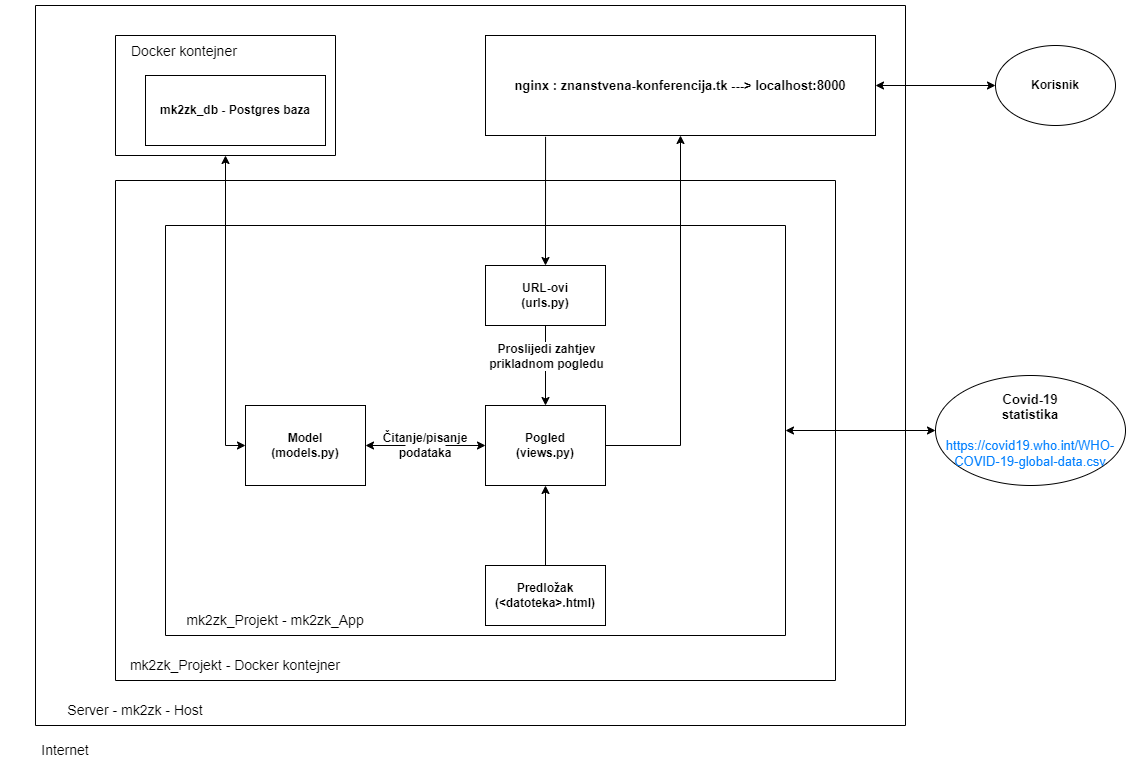
Above: Dokumentacija/dijagrami/django_mvt.png in marincapan/znanstvena-konferencija (draw.io), before the change. Source tidied: cells renumbered, new cells last; positions are measured from the earlier drawing's top-left corner, leaving out a move shared by most shapes.
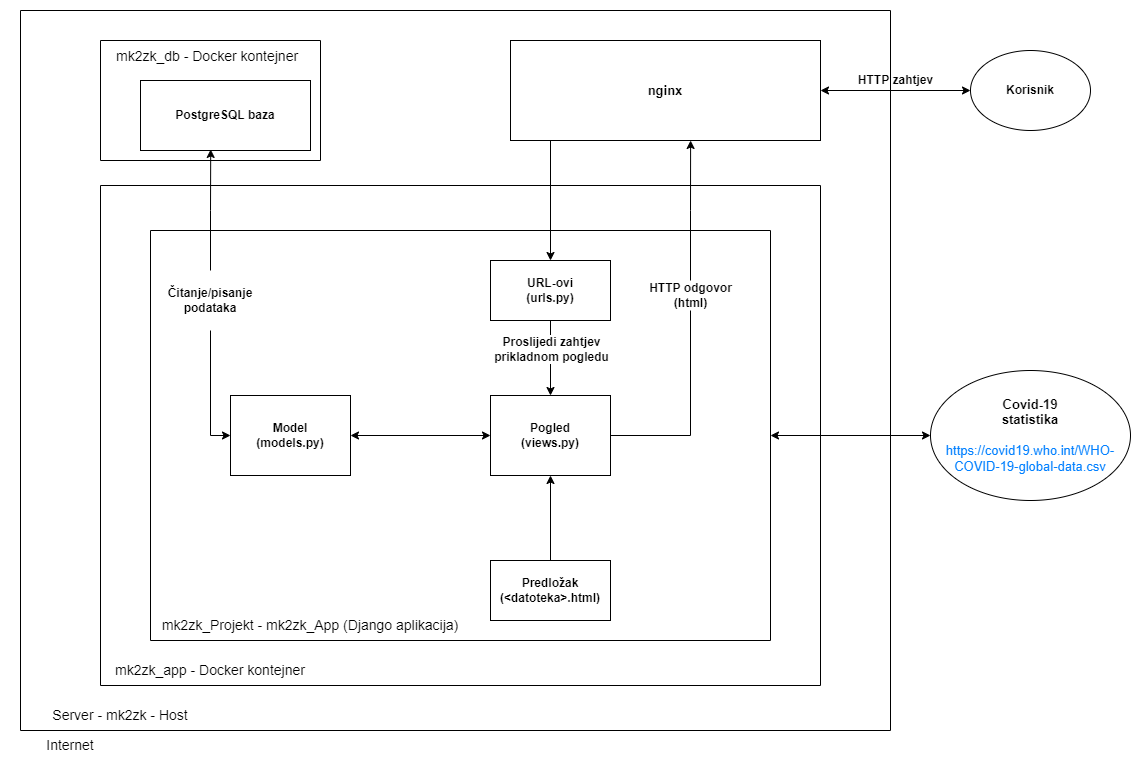
After the change.

Commit message:
Dijagram arhitekture finalno????

Diff of the diagram source:
```diff
@@ -2,9 +2,6 @@
   <root>
     <mxCell id="0" />
     <mxCell id="1" parent="0" />
-    <mxCell id="2" value="Pogled&lt;br&gt;(views.py)" style="rounded=0;whiteSpace=wrap;html=1;fontStyle=1;" parent="1" vertex="1">
-      <mxGeometry x="480" y="400" width="120" height="80" as="geometry" />
-    </mxCell>
     <mxCell id="3" value="URL-ovi&lt;br&gt;(urls.py)" style="rounded=0;whiteSpace=wrap;html=1;fontStyle=1;" parent="1" vertex="1">
       <mxGeometry x="480" y="260" width="120" height="60" as="geometry" />
     </mxCell>
@@ -12,13 +9,8 @@
       <mxGeometry x="480" y="560" width="120" height="60" as="geometry" />
     </mxCell>
     <mxCell id="5" value="Korisnik" style="ellipse;whiteSpace=wrap;html=1;fontStyle=1;" parent="1" vertex="1">
-      <mxGeometry x="990" y="40" width="120" height="80" as="geometry" />
+      <mxGeometry x="960" y="50" width="120" height="80" as="geometry" />
     </mxCell>
-    <mxCell id="6" style="endArrow=classic;html=1;rounded=0;entryX=1;entryY=0.5;entryDx=0;entryDy=0;" parent="1" edge="1" target="18">
-      <mxGeometry relative="1" as="geometry">
-        <mxPoint x="400" y="440" as="sourcePoint" />
-      </mxGeometry>
-    </mxCell>
     <mxCell id="7" style="endArrow=classic;html=1;rounded=0;exitX=0.5;exitY=1;exitDx=0;exitDy=0;entryX=0.5;entryY=0;entryDx=0;entryDy=0;" parent="1" edge="1" source="3" target="2">
       <mxGeometry relative="1" as="geometry">
         <Array as="points">
@@ -34,57 +26,63 @@
     <mxCell id="9" style="endArrow=classic;html=1;rounded=0;exitX=0.5;exitY=0;exitDx=0;exitDy=0;entryX=0.5;entryY=1;entryDx=0;entryDy=0;" parent="1" edge="1" source="4" target="2">
       <mxGeometry relative="1" as="geometry" />
     </mxCell>
-    <mxCell id="10" style="endArrow=classic;html=1;rounded=0;exitX=1;exitY=0.5;exitDx=0;exitDy=0;entryX=0.5;entryY=1;entryDx=0;entryDy=0;" parent="1" edge="1" source="2" target="20">
-      <mxGeometry relative="1" as="geometry">
-        <Array as="points">
-          <mxPoint x="675" y="440" />
-        </Array>
-      </mxGeometry>
-    </mxCell>
     <mxCell id="11" style="swimlane;startSize=0;" parent="1" vertex="1">
-      <mxGeometry x="30" width="870" height="720" as="geometry" />
+      <mxGeometry x="10" y="10" width="870" height="720" as="geometry" />
     </mxCell>
-    <mxCell id="12" value="Čitanje/pisanje&lt;br&gt;podataka" style="text;html=1;strokeColor=none;fillColor=none;align=center;verticalAlign=middle;whiteSpace=wrap;rounded=0;fontStyle=1;" parent="11" vertex="1">
-      <mxGeometry x="320" y="410" width="140" height="60" as="geometry" />
-    </mxCell>
     <mxCell id="13" style="swimlane;startSize=0;" parent="11" vertex="1">
       <mxGeometry x="130" y="220" width="620" height="410" as="geometry" />
     </mxCell>
-    <mxCell id="14" style="endArrow=classic;html=1;rounded=0;entryX=0;entryY=0.5;entryDx=0;entryDy=0;" parent="13" edge="1" target="2">
-      <mxGeometry relative="1" as="geometry">
-        <mxPoint x="280" y="220" as="sourcePoint" />
-      </mxGeometry>
-    </mxCell>
     <mxCell id="15" style="swimlane;startSize=0;" parent="11" vertex="1">
       <mxGeometry x="80" y="175" width="720" height="500" as="geometry" />
     </mxCell>
-    <mxCell id="16" value="mk2zk_Projekt - Docker kontejner" style="text;html=1;strokeColor=none;fillColor=none;align=center;verticalAlign=middle;whiteSpace=wrap;rounded=0;fontSize=14;fontColor=#000000;" parent="15" vertex="1">
-      <mxGeometry x="10" y="470" width="220" height="30" as="geometry" />
+    <mxCell id="16" value="mk2zk_app - Docker kontejner" style="text;html=1;strokeColor=none;fillColor=none;align=center;verticalAlign=middle;whiteSpace=wrap;rounded=0;fontSize=14;fontColor=#000000;" parent="15" vertex="1">
+      <mxGeometry y="470" width="220" height="30" as="geometry" />
     </mxCell>
-    <mxCell id="17" value="mk2zk_Projekt - mk2zk_App" style="text;html=1;strokeColor=none;fillColor=none;align=center;verticalAlign=middle;whiteSpace=wrap;rounded=0;fontSize=14;fontColor=#000000;" parent="15" vertex="1">
-      <mxGeometry x="50" y="425" width="220" height="30" as="geometry" />
+    <mxCell id="17" value="mk2zk_Projekt - mk2zk_App (Django aplikacija)" style="text;html=1;strokeColor=none;fillColor=none;align=center;verticalAlign=middle;whiteSpace=wrap;rounded=0;fontSize=14;fontColor=#000000;" parent="15" vertex="1">
+      <mxGeometry x="50" y="425" width="320" height="30" as="geometry" />
     </mxCell>
+    <mxCell id="30" style="edgeStyle=orthogonalEdgeStyle;rounded=0;jettySize=auto;html=1;entryX=0.5;entryY=1;entryDx=0;entryDy=0;endArrow=none;endFill=0;exitX=0;exitY=0.5;exitDx=0;exitDy=0;startArrow=classic;startFill=1;" parent="15" edge="1" source="18" target="12">
+      <mxGeometry relative="1" as="geometry" />
+    </mxCell>
+    <mxCell id="31" style="edgeStyle=orthogonalEdgeStyle;rounded=0;jettySize=auto;html=1;entryX=0;entryY=0.5;entryDx=0;entryDy=0;startArrow=classic;startFill=1;endArrow=classic;endFill=1;" parent="15" edge="1" source="18" target="2">
+      <mxGeometry relative="1" as="geometry" />
+    </mxCell>
     <mxCell id="18" value="Model&lt;br&gt;(models.py)" style="rounded=0;whiteSpace=wrap;html=1;fontStyle=1;" parent="15" vertex="1">
-      <mxGeometry x="130" y="225" width="120" height="80" as="geometry" />
+      <mxGeometry x="130" y="210" width="120" height="80" as="geometry" />
     </mxCell>
+    <mxCell id="12" value="Čitanje/pisanje&lt;br&gt;podataka" style="text;html=1;strokeColor=none;fillColor=none;align=center;verticalAlign=middle;whiteSpace=wrap;rounded=0;fontStyle=1;" parent="15" vertex="1">
+      <mxGeometry x="40" y="85" width="140" height="60" as="geometry" />
+    </mxCell>
+    <mxCell id="32" style="edgeStyle=orthogonalEdgeStyle;rounded=0;jettySize=auto;html=1;endArrow=none;endFill=0;" parent="15" edge="1" source="2" target="33">
+      <mxGeometry relative="1" as="geometry" />
+    </mxCell>
+    <mxCell id="2" value="Pogled&lt;br&gt;(views.py)" style="rounded=0;whiteSpace=wrap;html=1;fontStyle=1;" parent="15" vertex="1">
+      <mxGeometry x="390" y="210" width="120" height="80" as="geometry" />
+    </mxCell>
+    <mxCell id="33" value="HTTP odgovor&lt;br&gt;(html)" style="text;html=1;align=center;verticalAlign=middle;points=[];strokeColor=none;fillColor=none;fontStyle=1;" parent="15" vertex="1">
+      <mxGeometry x="540" y="95" width="100" height="30" as="geometry" />
+    </mxCell>
     <mxCell id="19" value="Server - mk2zk - Host" style="text;html=1;strokeColor=none;fillColor=none;align=center;verticalAlign=middle;whiteSpace=wrap;rounded=0;fontSize=14;fontColor=#000000;" parent="11" vertex="1">
       <mxGeometry x="-10" y="690" width="220" height="30" as="geometry" />
     </mxCell>
-    <mxCell id="20" value="&lt;span style=&quot;font-weight: 700&quot;&gt;nginx :&amp;nbsp;&lt;/span&gt;&lt;span style=&quot;font-weight: 700 ; text-align: left&quot;&gt;znanstvena-konferencija.tk&lt;/span&gt;&lt;span style=&quot;font-weight: 700&quot;&gt;&amp;nbsp;---&amp;gt; localhost:8000&lt;/span&gt;" style="rounded=0;whiteSpace=wrap;html=1;labelBackgroundColor=none;fontFamily=Helvetica;fontSize=13;fontColor=#000000;" parent="11" vertex="1">
-      <mxGeometry x="450" y="30" width="390" height="100" as="geometry" />
+    <mxCell id="20" value="&lt;span style=&quot;font-weight: 700&quot;&gt;nginx&lt;/span&gt;" style="rounded=0;whiteSpace=wrap;html=1;labelBackgroundColor=none;fontFamily=Helvetica;fontSize=13;fontColor=#000000;" parent="11" vertex="1">
+      <mxGeometry x="490" y="30" width="310" height="100" as="geometry" />
     </mxCell>
     <mxCell id="21" style="swimlane;startSize=0;" parent="11" vertex="1">
       <mxGeometry x="80" y="30" width="220" height="120" as="geometry" />
     </mxCell>
-    <mxCell id="22" value="mk2zk_db - Postgres baza" style="rounded=0;whiteSpace=wrap;html=1;fontStyle=1;" parent="21" vertex="1">
-      <mxGeometry x="30" y="40" width="180" height="70" as="geometry" />
+    <mxCell id="22" value="PostgreSQL baza" style="rounded=0;whiteSpace=wrap;html=1;fontStyle=1;" parent="21" vertex="1">
+      <mxGeometry x="40" y="40" width="170" height="70" as="geometry" />
     </mxCell>
-    <mxCell id="23" value="Docker kontejner" style="text;strokeColor=none;fillColor=none;align=left;verticalAlign=middle;spacingLeft=4;spacingRight=4;overflow=hidden;fontSize=14;" parent="21" vertex="1">
-      <mxGeometry x="10" width="130" height="30" as="geometry" />
+    <mxCell id="23" value="mk2zk_db - Docker kontejner" style="text;strokeColor=none;fillColor=none;align=left;verticalAlign=middle;spacingLeft=4;spacingRight=4;overflow=hidden;fontSize=14;" parent="21" vertex="1">
+      <mxGeometry x="10" width="200" height="30" as="geometry" />
     </mxCell>
-    <mxCell id="24" style="edgeStyle=orthogonalEdgeStyle;rounded=0;jettySize=auto;html=1;entryX=0.5;entryY=1;entryDx=0;entryDy=0;fontSize=14;startArrow=classic;startFill=1;exitX=0;exitY=0.5;exitDx=0;exitDy=0;" parent="11" edge="1" source="18" target="21">
-      <mxGeometry relative="1" as="geometry" />
-    </mxCell>
+    <mxCell id="34" style="edgeStyle=orthogonalEdgeStyle;rounded=0;jettySize=auto;html=1;entryX=0.581;entryY=1;entryDx=0;entryDy=0;entryPerimeter=0;endArrow=classic;endFill=1;" parent="11" edge="1" source="33" target="20">
+      <mxGeometry relative="1" as="geometry" />
+    </mxCell>
+    <mxCell id="35" style="edgeStyle=orthogonalEdgeStyle;rounded=0;jettySize=auto;html=1;endArrow=classic;endFill=1;entryX=0.413;entryY=0.985;entryDx=0;entryDy=0;entryPerimeter=0;" parent="11" edge="1" source="12" target="22">
+      <mxGeometry relative="1" as="geometry" />
+    </mxCell>
     <mxCell id="25" value="&lt;font style=&quot;font-size: 14px&quot;&gt;&lt;span&gt;Internet&lt;/span&gt;&lt;/font&gt;" style="text;html=1;strokeColor=none;fillColor=none;align=center;verticalAlign=middle;whiteSpace=wrap;rounded=0;fontColor=#000000;fontStyle=0;" parent="1" vertex="1">
       <mxGeometry y="720" width="120" height="50" as="geometry" />
     </mxCell>
@@ -92,13 +90,18 @@
       <mxGeometry relative="1" as="geometry" />
     </mxCell>
     <mxCell id="27" value="Covid-19&lt;br&gt;statistika&lt;br&gt;&lt;br&gt;&lt;span style=&quot;font-weight: normal&quot;&gt;&lt;font color=&quot;#007fff&quot;&gt;https://covid19.who.int/WHO-COVID-19-global-data.csv&lt;/font&gt;&lt;/span&gt;" style="ellipse;whiteSpace=wrap;html=1;labelBackgroundColor=none;fontFamily=Helvetica;fontSize=13;fontColor=#000000;fontStyle=1;" parent="1" vertex="1">
-      <mxGeometry x="930" y="370" width="190" height="110" as="geometry" />
+      <mxGeometry x="920" y="370" width="200" height="130" as="geometry" />
     </mxCell>
     <mxCell id="28" style="edgeStyle=orthogonalEdgeStyle;rounded=0;jettySize=auto;html=1;entryX=0;entryY=0.5;entryDx=0;entryDy=0;startArrow=classic;startFill=1;" parent="1" edge="1" source="20" target="5">
       <mxGeometry relative="1" as="geometry" />
     </mxCell>
-    <mxCell id="29" style="endArrow=classic;html=1;rounded=0;fontFamily=Helvetica;fontSize=13;fontColor=#000000;strokeColor=#000000;strokeWidth=1;exitX=0.154;exitY=1.013;exitDx=0;exitDy=0;exitPerimeter=0;entryX=0.5;entryY=0;entryDx=0;entryDy=0;" parent="1" edge="1" source="20" target="3">
-      <mxGeometry relative="1" as="geometry" />
+    <mxCell id="29" style="endArrow=classic;html=1;rounded=0;fontFamily=Helvetica;fontSize=13;fontColor=#000000;strokeColor=#000000;strokeWidth=1;entryX=0.5;entryY=0;entryDx=0;entryDy=0;" parent="1" edge="1" target="3">
+      <mxGeometry relative="1" as="geometry">
+        <mxPoint x="540" y="140" as="sourcePoint" />
+      </mxGeometry>
     </mxCell>
+    <mxCell id="36" value="HTTP zahtjev" style="text;html=1;align=center;verticalAlign=middle;strokeColor=none;fillColor=none;fontStyle=1;" parent="1" vertex="1">
+      <mxGeometry x="840" y="70" width="90" height="20" as="geometry" />
+    </mxCell>
   </root>
 </mxGraphModel>
```
